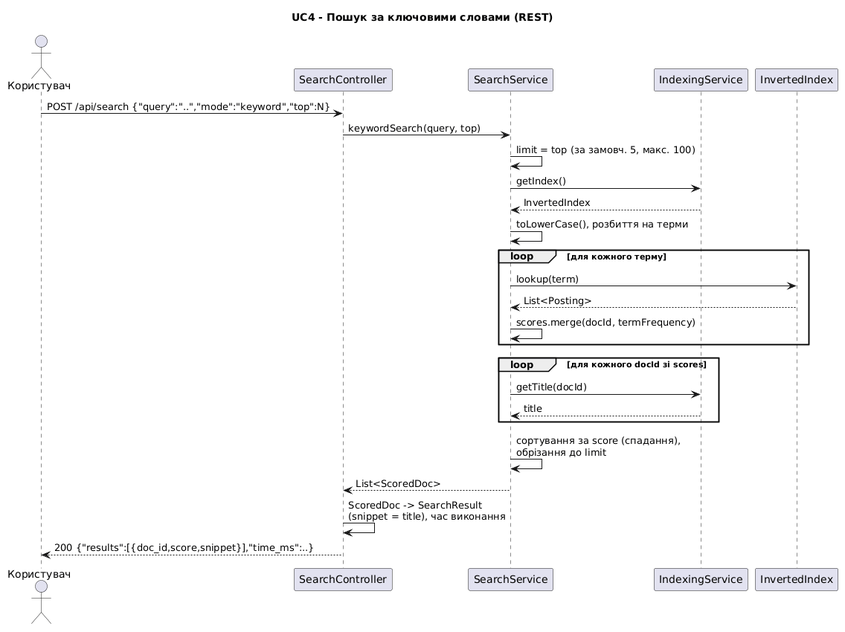
Above: docs/uml/06_seq_uc4_search.png in KovalSS/distributed-search-pipeline (PlantUML), before the change.
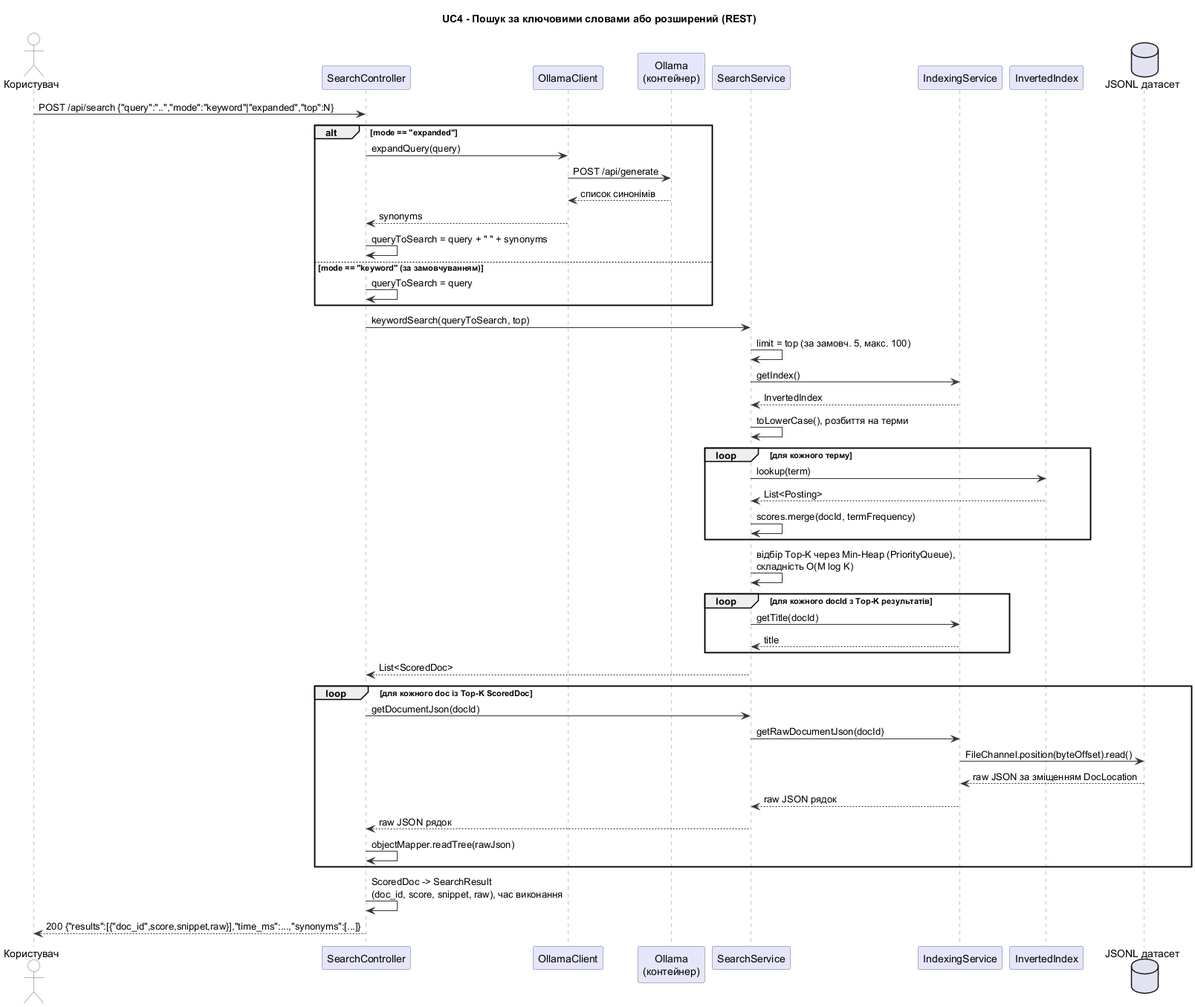
Later version of the same file.

Diff of the diagram source:
```diff
@@ -1,28 +1,68 @@
 @startuml
-title UC4 - Пошук за ключовими словами (REST)
+title UC4 - Пошук за ключовими словами або розширений (REST)
+autonumber stop
+
+skinparam sequence {
+  ParticipantBackgroundColor #E6E6FA
+  ParticipantBorderColor #686888
+  ActorBackgroundColor #FFFFFF
+  ActorBorderColor #686888
+  ArrowColor #333333
+  LifeLineBorderColor #888888
+}
+
 actor Користувач
 participant SearchController
+participant OllamaClient
+participant "Ollama\n(контейнер)" as Ollama
 participant SearchService
 participant IndexingService
 participant InvertedIndex
+database "JSONL датасет" as Dataset
 
-Користувач -> SearchController : POST /api/search {"query":"..","mode":"keyword","top":N}
-SearchController -> SearchService : keywordSearch(query, top)
-SearchService -> SearchService : limit = top (за замовч. 5, макс. 100)
-SearchService -> IndexingService : getIndex()
-IndexingService --> SearchService : InvertedIndex
-SearchService -> SearchService : toLowerCase(), розбиття на терми
+Користувач -> SearchController: POST /api/search {"query":"..","mode":"keyword"|"expanded","top":N}
+
+alt mode == "expanded"
+    SearchController -> OllamaClient: expandQuery(query)
+    OllamaClient -> Ollama: POST /api/generate
+    Ollama --> OllamaClient: список синонімів
+    OllamaClient --> SearchController: synonyms
+    SearchController -> SearchController: queryToSearch = query + " " + synonyms
+else mode == "keyword" (за замовчуванням)
+    SearchController -> SearchController: queryToSearch = query
+end
+
+SearchController -> SearchService: keywordSearch(queryToSearch, top)
+SearchService -> SearchService: limit = top (за замовч. 5, макс. 100)
+SearchService -> IndexingService: getIndex()
+IndexingService --> SearchService: InvertedIndex
+SearchService -> SearchService: toLowerCase(), розбиття на терми
+
 loop для кожного терму
-  SearchService -> InvertedIndex : lookup(term)
-  InvertedIndex --> SearchService : List<Posting>
-  SearchService -> SearchService : scores.merge(docId, termFrequency)
+    SearchService -> InvertedIndex: lookup(term)
+    InvertedIndex --> SearchService: List<Posting>
+    SearchService -> SearchService: scores.merge(docId, termFrequency)
 end
-loop для кожного docId зі scores
-  SearchService -> IndexingService : getTitle(docId)
-  IndexingService --> SearchService : title
+
+SearchService -> SearchService: відбір Top-K через Min-Heap (PriorityQueue),\nскладність O(M log K)
+
+loop для кожного docId з Top-K результатів
+    SearchService -> IndexingService: getTitle(docId)
+    IndexingService --> SearchService: title
 end
-SearchService -> SearchService : сортування за score (спадання),\nобрізання до limit
-SearchService --> SearchController : List<ScoredDoc>
-SearchController -> SearchController : ScoredDoc -> SearchResult\n(snippet = title), час виконання
-SearchController --> Користувач : 200 {"results":[{doc_id,score,snippet}],"time_ms":..}
+
+SearchService --> SearchController: List<ScoredDoc>
+
+loop для кожного doc із Top-K ScoredDoc
+    SearchController -> SearchService: getDocumentJson(docId)
+    SearchService -> IndexingService: getRawDocumentJson(docId)
+    IndexingService -> Dataset: FileChannel.position(byteOffset).read()
+    Dataset --> IndexingService: raw JSON за зміщенням DocLocation
+    IndexingService --> SearchService: raw JSON рядок
+    SearchService --> SearchController: raw JSON рядок
+    SearchController -> SearchController: objectMapper.readTree(rawJson)
+end
+
+SearchController -> SearchController: ScoredDoc -> SearchResult\n(doc_id, score, snippet, raw), час виконання
+SearchController --> Користувач: 200 {"results":[{"doc_id",score,snippet,raw}],"time_ms":...,"synonyms":[...]}
 @enduml
```
